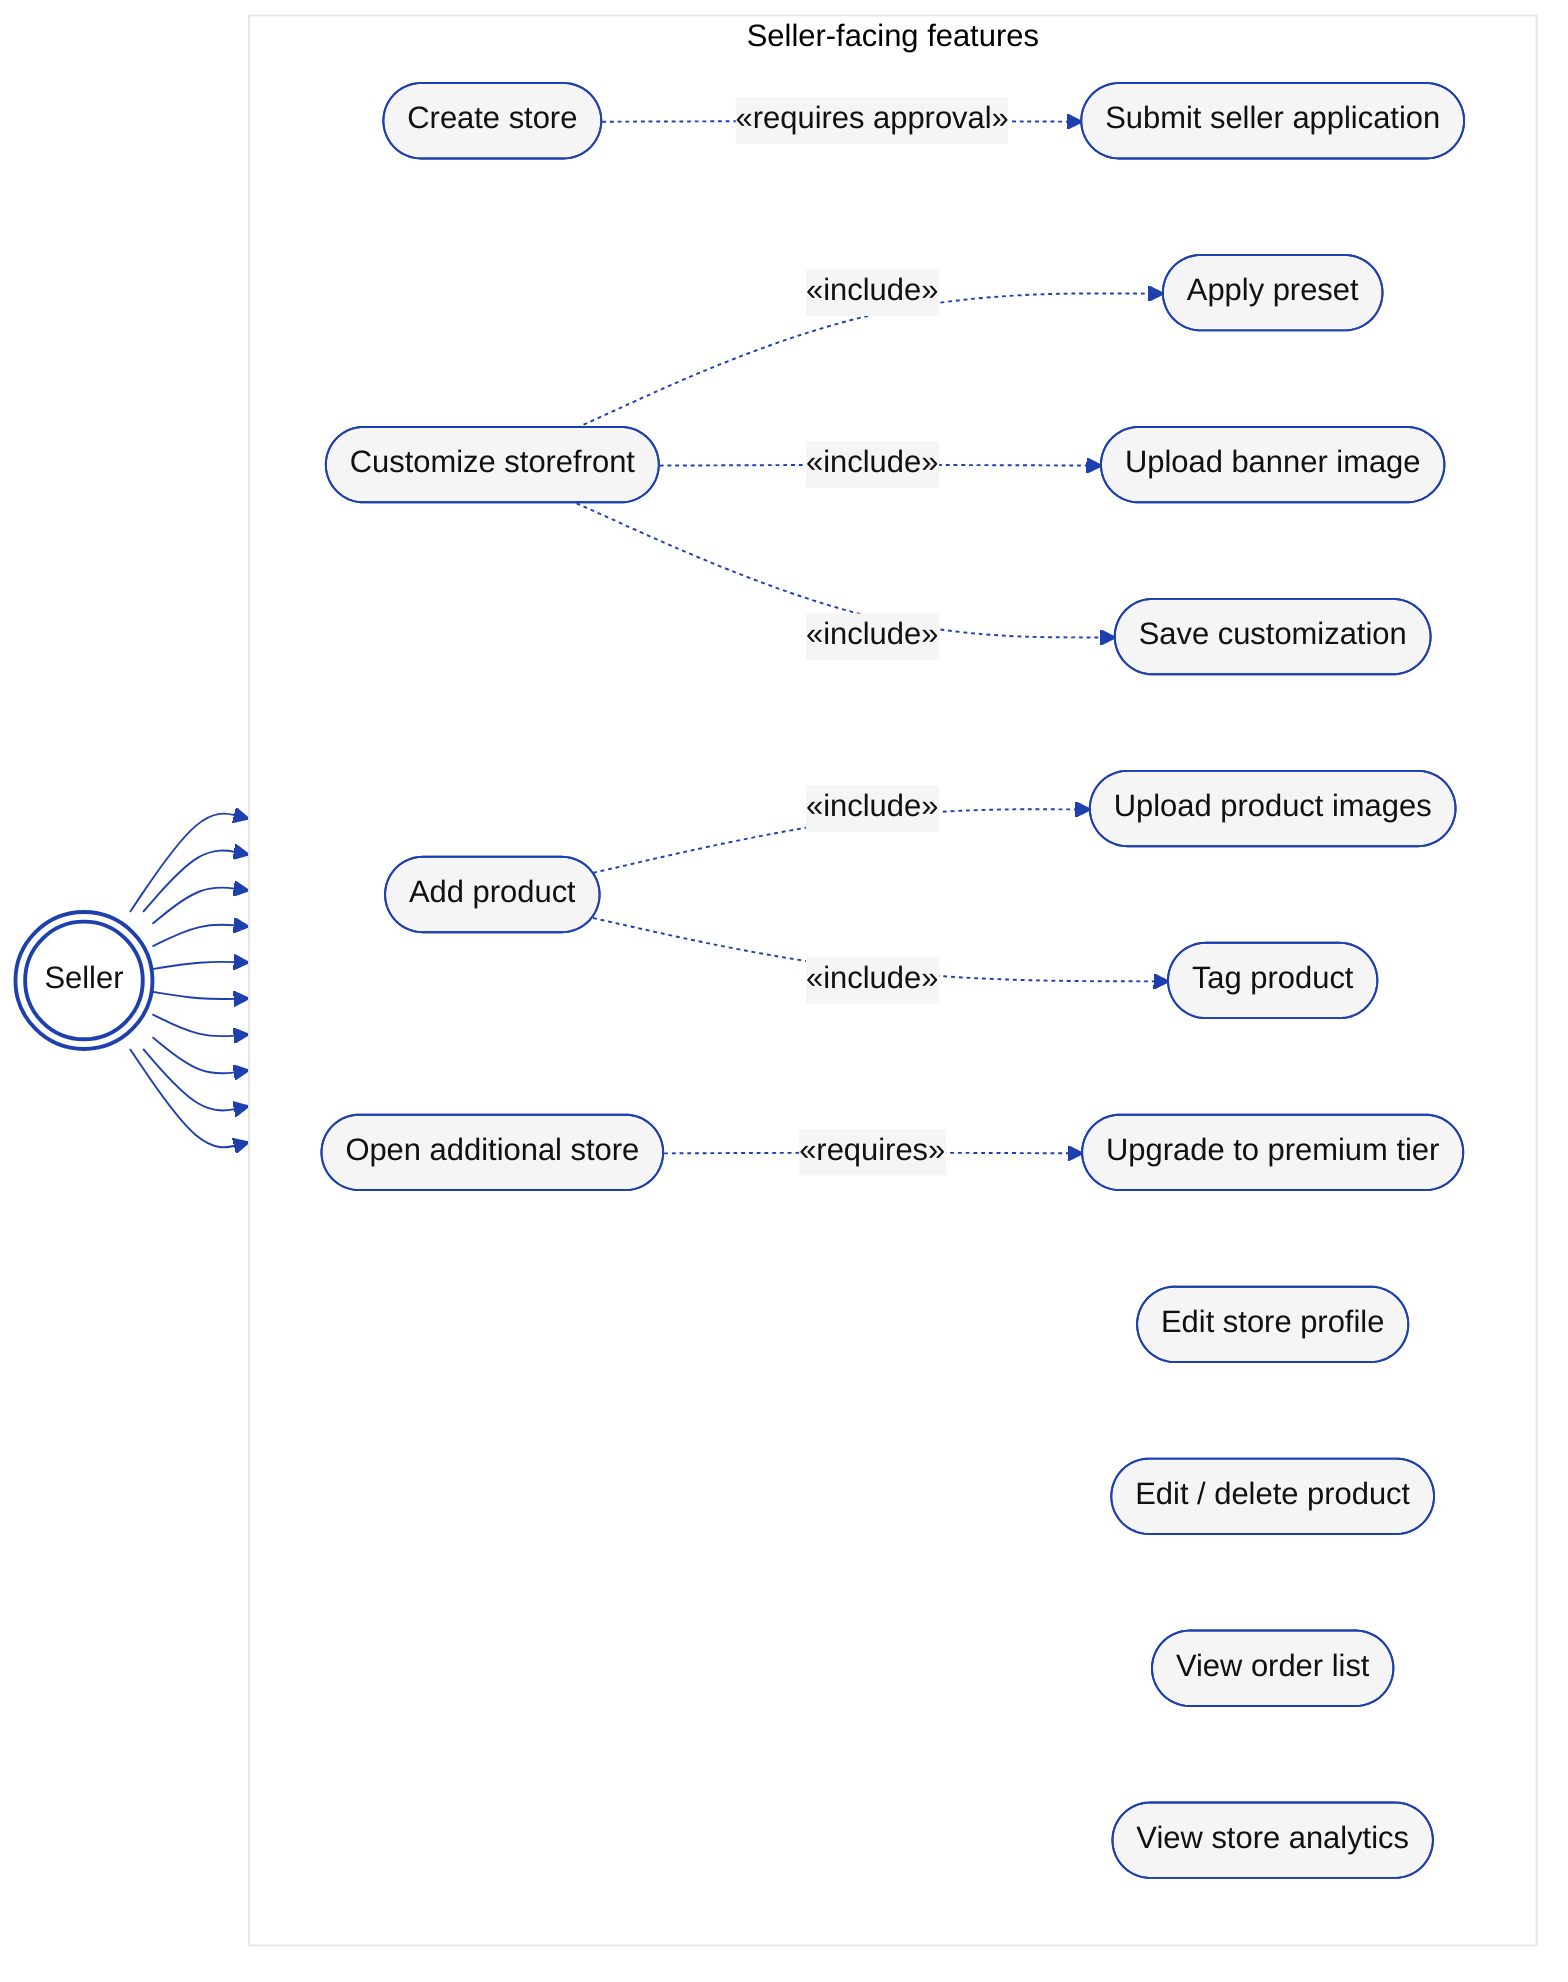
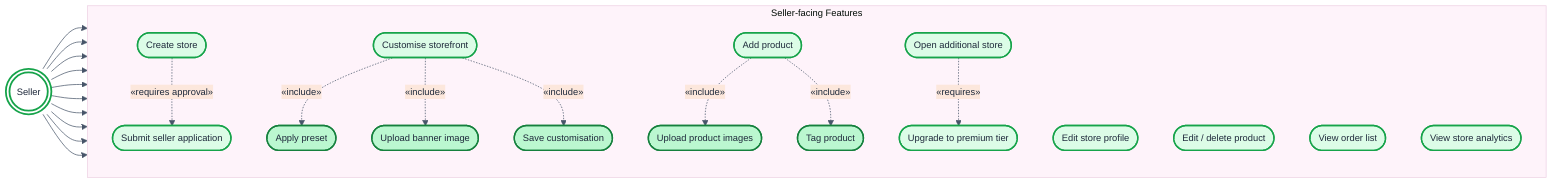
- %%{init: {'theme':'base','themeVariables':{'primaryColor':'#F5F5F5','primaryBorderColor':'#1E40AF','primaryTextColor':'#111111','lineColor':'#1E40AF','fontFamily':'Helvetica'}}}%%
+ %%{init: {'theme':'base','themeVariables':{'primaryColor':'#DCFCE7','primaryBorderColor':'#16A34A','primaryTextColor':'#1E293B','lineColor':'#475569','fontFamily':'Helvetica','fontSize':'13px'}}}%%
flowchart LR
-     S(((Seller)))
+     S((("Seller")))

-     subgraph SYS[Seller-facing features]
-       direction LR
+     subgraph SYS["Seller-facing Features"]
+       direction TB
      UC1(["Submit seller application"])
      UC2(["Create store"])
      UC3(["Edit store profile"])
-       UC4(["Customize storefront"])
+       UC4(["Customise storefront"])
      UC4a(["Apply preset"])
      UC4b(["Upload banner image"])
-       UC4c(["Save customization"])
+       UC4c(["Save customisation"])
      UC5(["Add product"])
      UC6(["Upload product images"])
      UC7(["Tag product"])
      UC8(["Edit / delete product"])
      UC9(["View order list"])
      UC10(["View store analytics"])
      UC11(["Upgrade to premium tier"])
      UC12(["Open additional store"])
    end

    S --> UC1
    S --> UC2
    S --> UC3
    S --> UC4
    S --> UC5
    S --> UC8
    S --> UC9
    S --> UC10
    S --> UC11
    S --> UC12

    UC2  -. "«requires approval»" .-> UC1
-     UC4  -. "«include»"            .-> UC4a
-     UC4  -. "«include»"            .-> UC4b
-     UC4  -. "«include»"            .-> UC4c
-     UC5  -. "«include»"            .-> UC6
-     UC5  -. "«include»"            .-> UC7
-     UC12 -. "«requires»"           .-> UC11
+     UC4  -. "«include»" .-> UC4a
+     UC4  -. "«include»" .-> UC4b
+     UC4  -. "«include»" .-> UC4c
+     UC5  -. "«include»" .-> UC6
+     UC5  -. "«include»" .-> UC7
+     UC12 -. "«requires»" .-> UC11

-     classDef actor fill:#FFFFFF,stroke:#1E40AF,stroke-width:2px;
-     class S actor;
+     classDef actor fill:#FFFFFF,stroke:#16A34A,stroke-width:2.5px,color:#1E293B
+     classDef uc    fill:#DCFCE7,stroke:#16A34A,stroke-width:2px,color:#1E293B
+     classDef sub   fill:#BBF7D0,stroke:#15803D,stroke-width:2px,color:#1E293B
+ 
+     class S actor
+     class UC1,UC2,UC3,UC4,UC5,UC8,UC9,UC10,UC11,UC12 uc
+     class UC4a,UC4b,UC4c,UC6,UC7 sub
